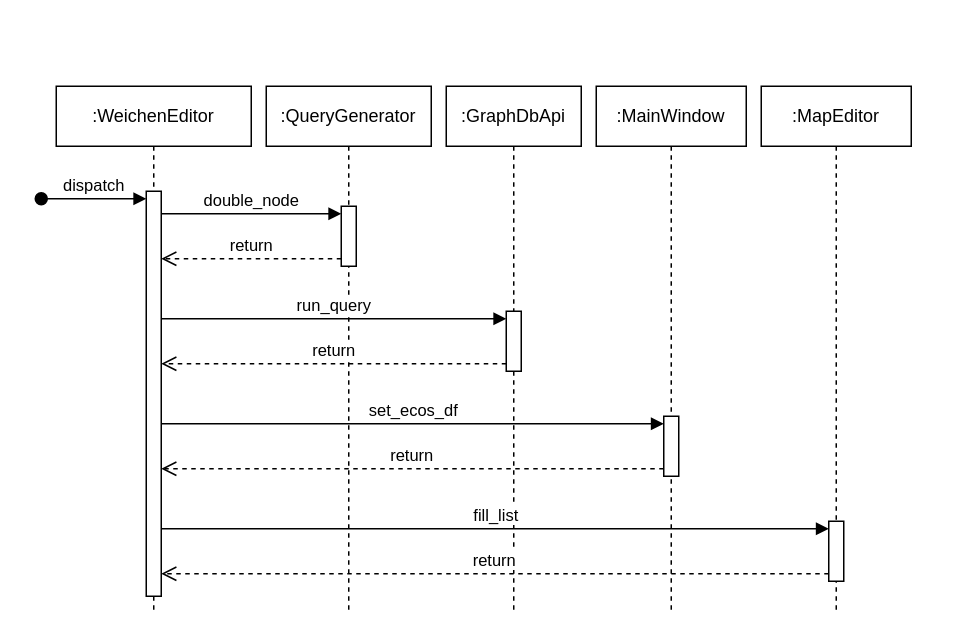
Above: procedural/add_trainswitch.drawio in pascalreiss/draw_io_stuff (draw.io), before the change. Source tidied: cells renumbered, new cells numbered last; positions are measured from the earlier drawing's top-left corner, leaving out a move shared by most shapes. Both pictures are drawn from the tidied source at 150%, with x=0, y=0 at pixel (40, 86).
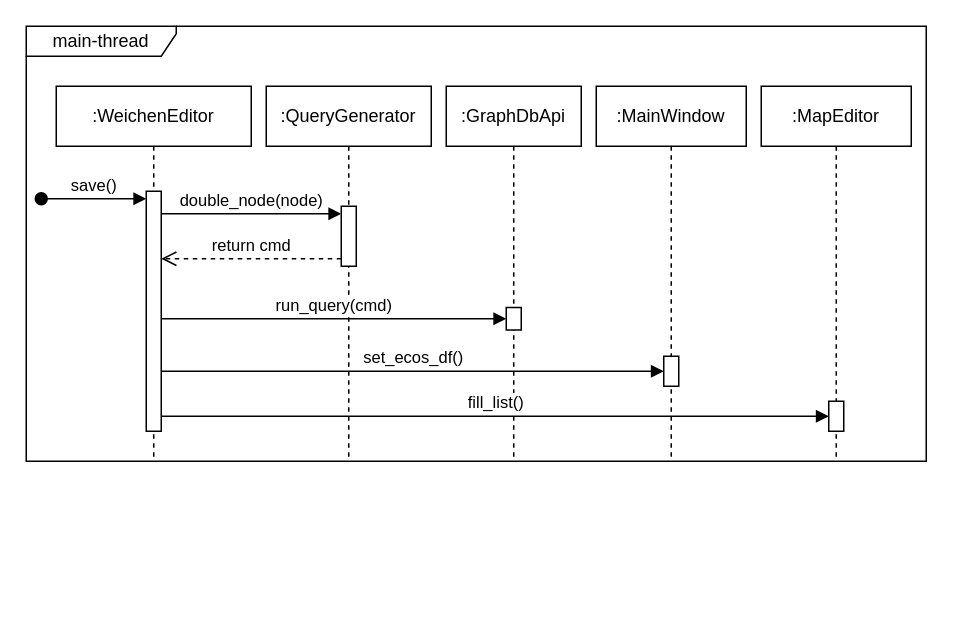
After the change.

The change refers to these unchanged cells:
```xml
<mxCell id="6" style="html=1;points=[[0,0,0,0,5],[0,1,0,0,-5],[1,0,0,0,5],[1,1,0,0,-5]];perimeter=orthogonalPerimeter;outlineConnect=0;targetShapes=umlLifeline;portConstraint=eastwest;newEdgeStyle={&quot;curved&quot;:0,&quot;rounded&quot;:0};" parent="5" vertex="1">
  <mxGeometry x="50" y="80" width="10" height="40" as="geometry" />
</mxCell>
```

Change to the diagram source:
```diff
@@
     <mxCell id="2" value=":WeichenEditor" style="shape=umlLifeline;perimeter=lifelinePerimeter;whiteSpace=wrap;html=1;newEdgeStyle={&quot;curved&quot;:0,&quot;rounded&quot;:0};" parent="1" vertex="1">
-      <mxGeometry x="10" width="130" height="350" as="geometry" />
+      <mxGeometry x="10" width="130" height="250" as="geometry" />
     </mxCell>
     <mxCell id="3" style="html=1;points=[[0,0,0,0,5],[0,1,0,0,-5],[1,0,0,0,5],[1,1,0,0,-5]];perimeter=orthogonalPerimeter;outlineConnect=0;targetShapes=umlLifeline;portConstraint=eastwest;newEdgeStyle={&quot;curved&quot;:0,&quot;rounded&quot;:0};" parent="2" vertex="1">
-      <mxGeometry x="60" y="70" width="10" height="270" as="geometry" />
+      <mxGeometry x="60" y="70" width="10" height="160" as="geometry" />
     </mxCell>
-    <mxCell id="4" value="dispatch" style="html=1;verticalAlign=bottom;startArrow=oval;endArrow=block;startSize=8;curved=0;rounded=0;entryX=0;entryY=0;entryDx=0;entryDy=5;" parent="2" edge="1" target="3">
+    <mxCell id="4" value="save()" style="html=1;verticalAlign=bottom;startArrow=oval;endArrow=block;startSize=8;curved=0;rounded=0;entryX=0;entryY=0;entryDx=0;entryDy=5;" parent="2" edge="1" target="3">
       <mxGeometry relative="1" as="geometry">
         <mxPoint x="-10" y="75" as="sourcePoint" />
       </mxGeometry>
     </mxCell>
     <mxCell id="5" value=":QueryGenerator" style="shape=umlLifeline;perimeter=lifelinePerimeter;whiteSpace=wrap;html=1;newEdgeStyle={&quot;curved&quot;:0,&quot;rounded&quot;:0};" parent="1" vertex="1">
-      <mxGeometry x="150" width="110" height="350" as="geometry" />
+      <mxGeometry x="150" width="110" height="250" as="geometry" />
     </mxCell>
@@
-    <mxCell id="7" value="double_node" style="html=1;verticalAlign=bottom;endArrow=block;curved=0;rounded=0;entryX=0;entryY=0;entryDx=0;entryDy=5;" parent="1" edge="1" source="3" target="6">
+    <mxCell id="7" value="double_node(node)" style="html=1;verticalAlign=bottom;endArrow=block;curved=0;rounded=0;entryX=0;entryY=0;entryDx=0;entryDy=5;" parent="1" edge="1" source="3" target="6">
       <mxGeometry relative="1" as="geometry" />
     </mxCell>
-    <mxCell id="8" value="return" style="html=1;verticalAlign=bottom;endArrow=open;dashed=1;endSize=8;curved=0;rounded=0;exitX=0;exitY=1;exitDx=0;exitDy=-5;" parent="1" edge="1" source="6" target="3">
+    <mxCell id="8" value="return cmd" style="html=1;verticalAlign=bottom;endArrow=open;dashed=1;endSize=8;curved=0;rounded=0;exitX=0;exitY=1;exitDx=0;exitDy=-5;" parent="1" edge="1" source="6" target="3">
       <mxGeometry relative="1" as="geometry" />
     </mxCell>
     <mxCell id="9" value=":GraphDbApi" style="shape=umlLifeline;perimeter=lifelinePerimeter;whiteSpace=wrap;html=1;newEdgeStyle={&quot;curved&quot;:0,&quot;rounded&quot;:0};" parent="1" vertex="1">
-      <mxGeometry x="270" width="90" height="350" as="geometry" />
+      <mxGeometry x="270" width="90" height="250" as="geometry" />
     </mxCell>
     <mxCell id="10" style="html=1;points=[[0,0,0,0,5],[0,1,0,0,-5],[1,0,0,0,5],[1,1,0,0,-5]];perimeter=orthogonalPerimeter;outlineConnect=0;targetShapes=umlLifeline;portConstraint=eastwest;newEdgeStyle={&quot;curved&quot;:0,&quot;rounded&quot;:0};" parent="9" vertex="1">
-      <mxGeometry x="40" y="150" width="10" height="40" as="geometry" />
+      <mxGeometry x="40" y="147.5" width="10" height="15" as="geometry" />
     </mxCell>
-    <mxCell id="11" value="run_query" style="html=1;verticalAlign=bottom;endArrow=block;curved=0;rounded=0;entryX=0;entryY=0;entryDx=0;entryDy=5;" parent="1" edge="1" source="3" target="10">
-      <mxGeometry relative="1" as="geometry" />
+    <mxCell id="11" value="run_query(cmd)" style="html=1;verticalAlign=bottom;endArrow=block;curved=0;rounded=0;" parent="1" edge="1" source="3" target="10">
+      <mxGeometry relative="1" as="geometry">
+        <Array as="points">
+          <mxPoint x="200" y="155" />
+        </Array>
+      </mxGeometry>
     </mxCell>
-    <mxCell id="12" value="return" style="html=1;verticalAlign=bottom;endArrow=open;dashed=1;endSize=8;curved=0;rounded=0;exitX=0;exitY=1;exitDx=0;exitDy=-5;" parent="1" edge="1" source="10" target="3">
-      <mxGeometry relative="1" as="geometry" />
-    </mxCell>
     <mxCell id="13" value=":MainWindow" style="shape=umlLifeline;perimeter=lifelinePerimeter;whiteSpace=wrap;html=1;newEdgeStyle={&quot;curved&quot;:0,&quot;rounded&quot;:0};" parent="1" vertex="1">
-      <mxGeometry x="370" width="100" height="350" as="geometry" />
+      <mxGeometry x="370" width="100" height="250" as="geometry" />
     </mxCell>
     <mxCell id="14" style="html=1;points=[[0,0,0,0,5],[0,1,0,0,-5],[1,0,0,0,5],[1,1,0,0,-5]];perimeter=orthogonalPerimeter;outlineConnect=0;targetShapes=umlLifeline;portConstraint=eastwest;newEdgeStyle={&quot;curved&quot;:0,&quot;rounded&quot;:0};" parent="13" vertex="1">
-      <mxGeometry x="45" y="220" width="10" height="40" as="geometry" />
+      <mxGeometry x="45" y="180" width="10" height="20" as="geometry" />
     </mxCell>
-    <mxCell id="15" value="set_ecos_df" style="html=1;verticalAlign=bottom;endArrow=block;curved=0;rounded=0;entryX=0;entryY=0;entryDx=0;entryDy=5;" parent="1" edge="1" source="3" target="14">
-      <mxGeometry relative="1" as="geometry" />
+    <mxCell id="15" value="set_ecos_df()" style="html=1;verticalAlign=bottom;endArrow=block;curved=0;rounded=0;" parent="1" edge="1" source="3" target="14">
+      <mxGeometry relative="1" as="geometry">
+        <Array as="points">
+          <mxPoint x="260" y="190" />
+        </Array>
+      </mxGeometry>
     </mxCell>
-    <mxCell id="16" value="return" style="html=1;verticalAlign=bottom;endArrow=open;dashed=1;endSize=8;curved=0;rounded=0;exitX=0;exitY=1;exitDx=0;exitDy=-5;" parent="1" edge="1" source="14" target="3">
-      <mxGeometry relative="1" as="geometry" />
-    </mxCell>
     <mxCell id="17" value=":MapEditor" style="shape=umlLifeline;perimeter=lifelinePerimeter;whiteSpace=wrap;html=1;newEdgeStyle={&quot;curved&quot;:0,&quot;rounded&quot;:0};" parent="1" vertex="1">
-      <mxGeometry x="480" width="100" height="350" as="geometry" />
+      <mxGeometry x="480" width="100" height="250" as="geometry" />
     </mxCell>
     <mxCell id="18" style="html=1;points=[[0,0,0,0,5],[0,1,0,0,-5],[1,0,0,0,5],[1,1,0,0,-5]];perimeter=orthogonalPerimeter;outlineConnect=0;targetShapes=umlLifeline;portConstraint=eastwest;newEdgeStyle={&quot;curved&quot;:0,&quot;rounded&quot;:0};" parent="17" vertex="1">
-      <mxGeometry x="45" y="290" width="10" height="40" as="geometry" />
+      <mxGeometry x="45" y="210" width="10" height="20" as="geometry" />
     </mxCell>
-    <mxCell id="19" value="fill_list" style="html=1;verticalAlign=bottom;endArrow=block;curved=0;rounded=0;entryX=0;entryY=0;entryDx=0;entryDy=5;" parent="1" edge="1" source="3" target="18">
-      <mxGeometry relative="1" as="geometry" />
+    <mxCell id="19" value="fill_list()" style="html=1;verticalAlign=bottom;endArrow=block;curved=0;rounded=0;" parent="1" edge="1" source="3" target="18">
+      <mxGeometry relative="1" as="geometry">
+        <Array as="points">
+          <mxPoint x="300" y="220" />
+        </Array>
+      </mxGeometry>
     </mxCell>
-    <mxCell id="20" value="return" style="html=1;verticalAlign=bottom;endArrow=open;dashed=1;endSize=8;curved=0;rounded=0;exitX=0;exitY=1;exitDx=0;exitDy=-5;" parent="1" edge="1" source="18" target="3">
-      <mxGeometry relative="1" as="geometry" />
-    </mxCell>
+    <mxCell id="21" value="main-thread" style="shape=umlFrame;whiteSpace=wrap;html=1;width=100;height=20;" parent="1" vertex="1">
+      <mxGeometry x="-10" y="-40" width="600" height="290" as="geometry" />
+    </mxCell>
```
